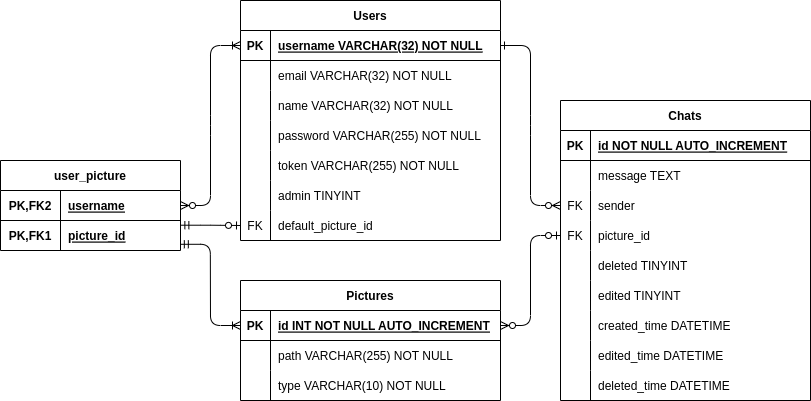
2navidmasoudi/practices-m70 keeps this draw.io diagram as HW/12/2/chat_erd.png. Above is the earlier version. Source tidied: cells renumbered, new cells last; positions are measured from the earlier drawing's top-left corner, leaving out a move shared by most shapes.
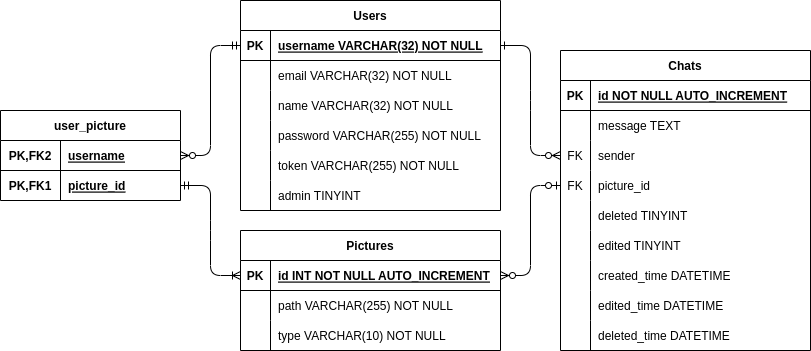
The same diagram one commit later.

Commit message:
Chat erd Updated

The edit, as a diff of the source:
```diff
@@ -90,7 +90,7 @@
       <mxGeometry x="30" width="220" height="30" as="geometry" />
     </mxCell>
     <mxCell id="31" value="Users" style="shape=table;startSize=30;rowLines=0;fontStyle=1;align=center;" parent="1" vertex="1">
-      <mxGeometry x="240" width="260" height="240" as="geometry" />
+      <mxGeometry x="240" y="50" width="260" height="210" as="geometry" />
     </mxCell>
     <mxCell id="32" style="shape=partialRectangle;fillColor=none;points=[[0,0.5],[1,0.5]];portConstraint=eastwest;top=0;left=0;right=0;bottom=1;" parent="31" vertex="1">
       <mxGeometry y="30" width="260" height="30" as="geometry" />
@@ -146,15 +146,6 @@
     <mxCell id="49" value="admin TINYINT" style="shape=partialRectangle;fillColor=none;top=0;left=0;bottom=0;right=0;align=left;spacingLeft=6;overflow=hidden;" parent="47" vertex="1">
       <mxGeometry x="30" width="230" height="30" as="geometry" />
     </mxCell>
-    <mxCell id="50" style="shape=tableRow;horizontal=0;startSize=0;swimlaneHead=0;swimlaneBody=0;fillColor=none;points=[[0,0.5],[1,0.5]];portConstraint=eastwest;top=0;left=0;right=0;bottom=0;" parent="31" vertex="1">
-      <mxGeometry y="210" width="260" height="30" as="geometry" />
-    </mxCell>
-    <mxCell id="51" value="FK" style="shape=partialRectangle;fillColor=none;top=0;left=0;bottom=0;right=0;overflow=hidden;" parent="50" vertex="1">
-      <mxGeometry width="30" height="30" as="geometry" />
-    </mxCell>
-    <mxCell id="52" value="default_picture_id" style="shape=partialRectangle;fillColor=none;top=0;left=0;bottom=0;right=0;align=left;spacingLeft=6;overflow=hidden;" parent="50" vertex="1">
-      <mxGeometry x="30" width="230" height="30" as="geometry" />
-    </mxCell>
     <mxCell id="53" value="Pictures" style="shape=table;startSize=30;rowLines=0;fontStyle=1;align=center;" parent="1" vertex="1">
       <mxGeometry x="240" y="280" width="260" height="120" as="geometry" />
     </mxCell>
@@ -209,14 +200,11 @@
     <mxCell id="70" style="fontSize=12;html=1;endArrow=ERzeroToMany;startArrow=ERzeroToOne;rounded=1;exitX=0;exitY=0.5;exitDx=0;exitDy=0;elbow=vertical;edgeStyle=orthogonalEdgeStyle;" parent="1" edge="1" source="13" target="54">
       <mxGeometry relative="1" as="geometry" />
     </mxCell>
-    <mxCell id="71" style="edgeStyle=entityRelationEdgeStyle;fontSize=12;html=1;endArrow=ERoneToMany;startArrow=ERzeroToMany;exitX=1;exitY=0.5;exitDx=0;exitDy=0;entryX=0;entryY=0.5;entryDx=0;entryDy=0;rounded=1;" parent="1" edge="1" source="64" target="32">
-      <mxGeometry relative="1" as="geometry" />
-    </mxCell>
-    <mxCell id="72" style="edgeStyle=entityRelationEdgeStyle;fontSize=12;html=1;endArrow=ERoneToMany;startArrow=ERmandOne;rounded=1;entryX=0;entryY=0.5;entryDx=0;entryDy=0;exitX=0.999;exitY=0.793;exitDx=0;exitDy=0;exitPerimeter=0;" parent="1" edge="1" source="67" target="54">
+    <mxCell id="72" style="edgeStyle=entityRelationEdgeStyle;fontSize=12;html=1;endArrow=ERoneToMany;startArrow=ERmandOne;rounded=1;entryX=0;entryY=0.5;entryDx=0;entryDy=0;exitX=1;exitY=0.5;exitDx=0;exitDy=0;" parent="1" edge="1" source="67" target="54">
       <mxGeometry relative="1" as="geometry" />
     </mxCell>
-    <mxCell id="73" style="edgeStyle=entityRelationEdgeStyle;fontSize=12;html=1;endArrow=ERzeroToOne;startArrow=ERmandOne;rounded=1;elbow=vertical;exitX=1.002;exitY=0.157;exitDx=0;exitDy=0;exitPerimeter=0;entryX=0;entryY=0.5;entryDx=0;entryDy=0;" parent="1" edge="1" source="67" target="50">
-      <mxGeometry relative="1" as="geometry" />
-    </mxCell>
+    <mxCell id="74" style="edgeStyle=entityRelationEdgeStyle;fontSize=12;html=1;endArrow=ERzeroToMany;startArrow=ERmandOne;rounded=1;entryX=1;entryY=0.5;entryDx=0;entryDy=0;exitX=0;exitY=0.5;exitDx=0;exitDy=0;startFill=0;" parent="1" edge="1" source="32" target="64">
+      <mxGeometry relative="1" as="geometry" />
+    </mxCell>
   </root>
 </mxGraphModel>
```
